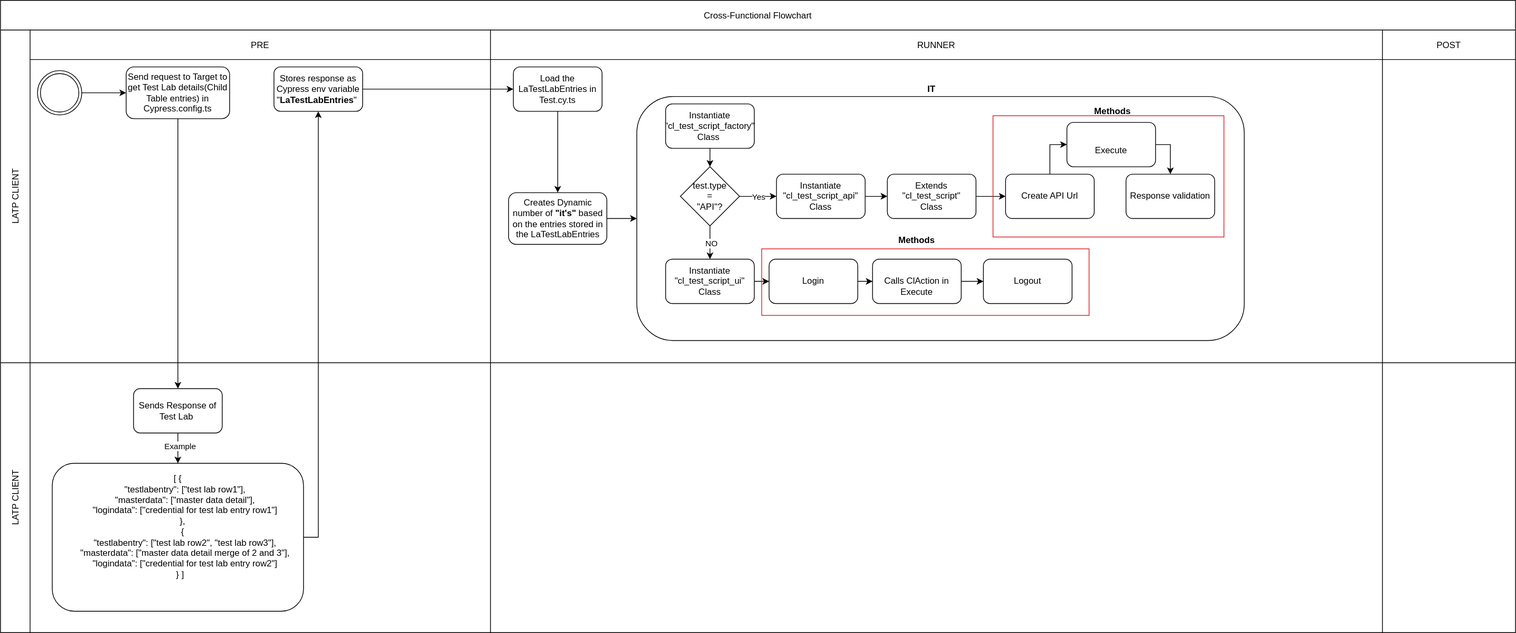
Earlier version of the draw.io export BPMN/Restructure-LATP-Class.svg (lmnaslimited/lens_ai_test_pilot). Source tidied: cells renumbered, new cells last; positions are measured from the earlier drawing's top-left corner, leaving out a move shared by most shapes.
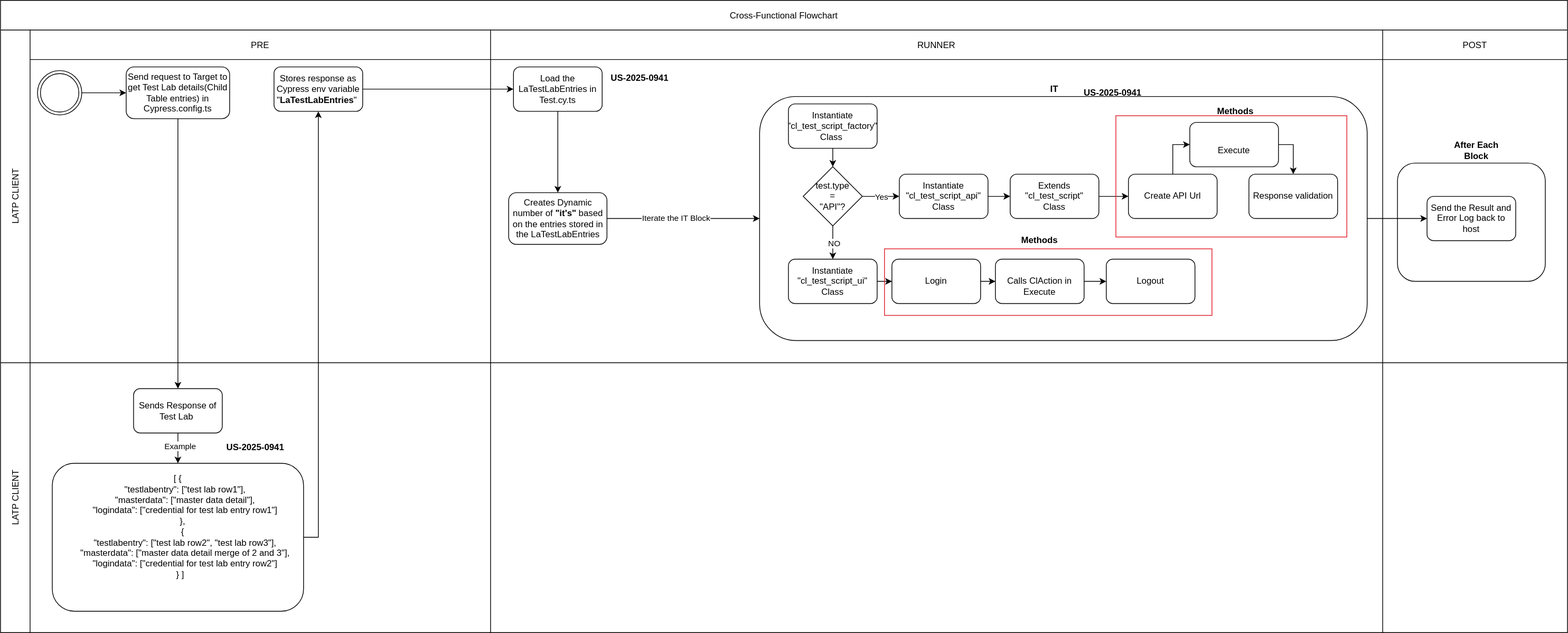
Later version of the same file.

Commit message:
Update the restructuring BPMN

Diff of the diagram source:
```diff
@@ -3,10 +3,10 @@
     <mxCell id="0" />
     <mxCell id="1" parent="0" />
     <mxCell id="2" value="Cross-Functional Flowchart" style="shape=table;startSize=40;" parent="1" vertex="1">
-      <mxGeometry width="2050" height="855" as="geometry" />
+      <mxGeometry width="2120" height="855" as="geometry" />
     </mxCell>
     <mxCell id="3" value="LATP CLIENT" style="shape=tableRow;horizontal=0;swimlaneHead=0;swimlaneBody=0;top=0;left=0;strokeColor=inherit;bottom=0;right=0;fontStyle=0;fillColor=#FFFFFF00;startSize=40;" parent="2" vertex="1">
-      <mxGeometry y="40" width="2050" height="450" as="geometry" />
+      <mxGeometry y="40" width="2120" height="450" as="geometry" />
     </mxCell>
     <mxCell id="4" value="PRE" style="swimlane;swimlaneHead=0;swimlaneBody=0;fontStyle=0;strokeColor=inherit;fillColor=#FFFFFF00;startSize=40;" parent="3" vertex="1">
       <mxGeometry x="40" width="623" height="450" as="geometry" />
@@ -35,32 +35,35 @@
     <mxCell id="12" style="edgeStyle=orthogonalEdgeStyle;rounded=0;jettySize=auto;html=1;exitX=1;exitY=0.5;exitDx=0;exitDy=0;entryX=0;entryY=0.5;entryDx=0;entryDy=0;" parent="9" edge="1" source="13" target="14">
       <mxGeometry relative="1" as="geometry" />
     </mxCell>
+    <mxCell id="55" value="Iterate the IT Block" style="edgeLabel;html=1;align=center;verticalAlign=middle;" parent="12" vertex="1">
+      <mxGeometry x="-0.1" y="1" relative="1" as="geometry" />
+    </mxCell>
     <mxCell id="13" value="Creates Dynamic number of &lt;b&gt;&quot;it's&quot; &lt;/b&gt;based on the entries stored in the&amp;nbsp;LaTestLabEntries" style="rounded=1;whiteSpace=wrap;html=1;" parent="9" vertex="1">
       <mxGeometry x="24.5" y="220" width="133" height="70" as="geometry" />
     </mxCell>
     <mxCell id="14" style="rounded=1;whiteSpace=wrap;html=1;" parent="9" vertex="1">
-      <mxGeometry x="198" y="90" width="822" height="330" as="geometry" />
+      <mxGeometry x="364" y="90" width="822" height="330" as="geometry" />
     </mxCell>
     <mxCell id="15" value="&lt;b&gt;IT&lt;/b&gt;" style="text;html=1;whiteSpace=wrap;strokeColor=none;fillColor=none;align=center;verticalAlign=middle;rounded=0;" parent="9" vertex="1">
-      <mxGeometry x="567" y="65" width="60" height="30" as="geometry" />
+      <mxGeometry x="733" y="65" width="60" height="30" as="geometry" />
     </mxCell>
     <mxCell id="16" style="edgeStyle=orthogonalEdgeStyle;rounded=0;jettySize=auto;html=1;exitX=0.5;exitY=1;exitDx=0;exitDy=0;entryX=0.5;entryY=0;entryDx=0;entryDy=0;" parent="9" edge="1" source="17" target="26">
       <mxGeometry relative="1" as="geometry" />
     </mxCell>
     <mxCell id="17" value="Instantiate &quot;cl_test_script_factory&quot;&lt;br&gt;Class&amp;nbsp;" style="rounded=1;whiteSpace=wrap;html=1;" parent="9" vertex="1">
-      <mxGeometry x="237" y="100" width="120" height="60" as="geometry" />
+      <mxGeometry x="403" y="100" width="120" height="60" as="geometry" />
     </mxCell>
     <mxCell id="18" style="edgeStyle=orthogonalEdgeStyle;rounded=0;jettySize=auto;html=1;exitX=1;exitY=0.5;exitDx=0;exitDy=0;" parent="9" edge="1" source="19" target="32">
       <mxGeometry relative="1" as="geometry" />
     </mxCell>
     <mxCell id="19" value="Instantiate&lt;br&gt;&quot;cl_test_script_ui&quot;&lt;br&gt;Class" style="rounded=1;whiteSpace=wrap;html=1;" parent="9" vertex="1">
-      <mxGeometry x="237" y="310" width="120" height="60" as="geometry" />
+      <mxGeometry x="403" y="310" width="120" height="60" as="geometry" />
     </mxCell>
     <mxCell id="20" style="edgeStyle=orthogonalEdgeStyle;rounded=0;jettySize=auto;html=1;exitX=1;exitY=0.5;exitDx=0;exitDy=0;entryX=0;entryY=0.5;entryDx=0;entryDy=0;" parent="9" edge="1" source="21" target="28">
       <mxGeometry relative="1" as="geometry" />
     </mxCell>
     <mxCell id="21" value="Instantiate &quot;cl_test_script_api&quot;&lt;br&gt;Class" style="rounded=1;whiteSpace=wrap;html=1;" parent="9" vertex="1">
-      <mxGeometry x="387" y="195" width="120" height="60" as="geometry" />
+      <mxGeometry x="553" y="195" width="120" height="60" as="geometry" />
     </mxCell>
     <mxCell id="22" style="edgeStyle=orthogonalEdgeStyle;rounded=0;jettySize=auto;html=1;exitX=1;exitY=0.5;exitDx=0;exitDy=0;entryX=0;entryY=0.5;entryDx=0;entryDy=0;" parent="9" edge="1" source="26" target="21">
       <mxGeometry relative="1" as="geometry" />
@@ -79,64 +82,73 @@
       </mxGeometry>
     </mxCell>
     <mxCell id="26" value="&lt;div&gt;test.type&lt;/div&gt;&lt;div&gt;=&lt;/div&gt;&lt;div&gt;&quot;API&quot;?&lt;/div&gt;" style="rhombus;whiteSpace=wrap;html=1;" parent="9" vertex="1">
-      <mxGeometry x="257" y="185" width="80" height="80" as="geometry" />
+      <mxGeometry x="423" y="185" width="80" height="80" as="geometry" />
     </mxCell>
     <mxCell id="27" style="edgeStyle=orthogonalEdgeStyle;rounded=0;jettySize=auto;html=1;exitX=1;exitY=0.5;exitDx=0;exitDy=0;entryX=0;entryY=0.5;entryDx=0;entryDy=0;" parent="9" edge="1" source="28" target="30">
       <mxGeometry relative="1" as="geometry" />
     </mxCell>
     <mxCell id="28" value="Extends &quot;cl_test_script&quot;&lt;br&gt;Class" style="rounded=1;whiteSpace=wrap;html=1;" parent="9" vertex="1">
-      <mxGeometry x="537" y="195" width="120" height="60" as="geometry" />
+      <mxGeometry x="703" y="195" width="120" height="60" as="geometry" />
     </mxCell>
     <mxCell id="29" style="edgeStyle=orthogonalEdgeStyle;rounded=0;jettySize=auto;html=1;exitX=0.5;exitY=0;exitDx=0;exitDy=0;entryX=0;entryY=0.5;entryDx=0;entryDy=0;" parent="9" edge="1" source="30" target="37">
       <mxGeometry relative="1" as="geometry" />
     </mxCell>
     <mxCell id="30" value="Create API Url" style="rounded=1;whiteSpace=wrap;html=1;" parent="9" vertex="1">
-      <mxGeometry x="697" y="195" width="120" height="60" as="geometry" />
+      <mxGeometry x="863" y="195" width="120" height="60" as="geometry" />
     </mxCell>
     <mxCell id="31" style="edgeStyle=orthogonalEdgeStyle;rounded=0;jettySize=auto;html=1;exitX=1;exitY=0.5;exitDx=0;exitDy=0;" parent="9" edge="1" source="32" target="39">
       <mxGeometry relative="1" as="geometry" />
     </mxCell>
     <mxCell id="32" value="&lt;div&gt;Login&lt;/div&gt;" style="rounded=1;whiteSpace=wrap;html=1;" parent="9" vertex="1">
-      <mxGeometry x="377" y="310" width="120" height="60" as="geometry" />
+      <mxGeometry x="543" y="310" width="120" height="60" as="geometry" />
     </mxCell>
     <mxCell id="33" value="&lt;b&gt;Methods&lt;/b&gt;" style="text;html=1;whiteSpace=wrap;strokeColor=none;fillColor=none;align=center;verticalAlign=middle;rounded=0;" parent="9" vertex="1">
-      <mxGeometry x="547" y="270" width="60" height="30" as="geometry" />
+      <mxGeometry x="713" y="270" width="60" height="30" as="geometry" />
     </mxCell>
     <mxCell id="34" value="&lt;b&gt;Methods&lt;/b&gt;" style="text;html=1;whiteSpace=wrap;strokeColor=none;fillColor=none;align=center;verticalAlign=middle;rounded=0;" parent="9" vertex="1">
-      <mxGeometry x="812" y="95" width="60" height="30" as="geometry" />
+      <mxGeometry x="978" y="95" width="60" height="30" as="geometry" />
     </mxCell>
     <mxCell id="35" value="Response validation" style="rounded=1;whiteSpace=wrap;html=1;" parent="9" vertex="1">
-      <mxGeometry x="860" y="195" width="120" height="60" as="geometry" />
+      <mxGeometry x="1026" y="195" width="120" height="60" as="geometry" />
     </mxCell>
     <mxCell id="36" style="edgeStyle=orthogonalEdgeStyle;rounded=0;jettySize=auto;html=1;exitX=1;exitY=0.5;exitDx=0;exitDy=0;entryX=0.5;entryY=0;entryDx=0;entryDy=0;" parent="9" edge="1" source="37" target="35">
       <mxGeometry relative="1" as="geometry" />
     </mxCell>
     <mxCell id="37" value="&lt;br&gt;Execute" style="rounded=1;whiteSpace=wrap;html=1;" parent="9" vertex="1">
-      <mxGeometry x="780" y="125" width="120" height="60" as="geometry" />
+      <mxGeometry x="946" y="125" width="120" height="60" as="geometry" />
     </mxCell>
     <mxCell id="38" style="edgeStyle=orthogonalEdgeStyle;rounded=0;jettySize=auto;html=1;exitX=1;exitY=0.5;exitDx=0;exitDy=0;entryX=0;entryY=0.5;entryDx=0;entryDy=0;" parent="9" edge="1" source="39" target="40">
       <mxGeometry relative="1" as="geometry" />
     </mxCell>
     <mxCell id="39" value="&lt;div&gt;&lt;br&gt;&lt;/div&gt;&lt;div&gt;Calls ClAction in Execute&lt;/div&gt;" style="rounded=1;whiteSpace=wrap;html=1;" parent="9" vertex="1">
-      <mxGeometry x="517" y="310" width="120" height="60" as="geometry" />
+      <mxGeometry x="683" y="310" width="120" height="60" as="geometry" />
     </mxCell>
     <mxCell id="40" value="&lt;div&gt;Logout&lt;/div&gt;" style="rounded=1;whiteSpace=wrap;html=1;" parent="9" vertex="1">
-      <mxGeometry x="667" y="310" width="120" height="60" as="geometry" />
+      <mxGeometry x="833" y="310" width="120" height="60" as="geometry" />
     </mxCell>
     <mxCell id="41" style="rounded=0;whiteSpace=wrap;html=1;fillColor=#FFFFFF00;strokeColor=light-dark(#e01b24, #ededed);" parent="9" vertex="1">
-      <mxGeometry x="680" y="116" width="312.5" height="164" as="geometry" />
+      <mxGeometry x="846" y="116" width="312.5" height="164" as="geometry" />
     </mxCell>
     <mxCell id="42" style="rounded=0;whiteSpace=wrap;html=1;fillColor=#FFFFFF00;strokeColor=light-dark(#e01b24, #ededed);" parent="9" vertex="1">
-      <mxGeometry x="367" y="296" width="443" height="90" as="geometry" />
+      <mxGeometry x="533" y="296" width="443" height="90" as="geometry" />
     </mxCell>
     <mxCell id="43" value="POST" style="swimlane;swimlaneHead=0;swimlaneBody=0;fontStyle=0;strokeColor=inherit;fillColor=#FFFFFF00;startSize=40;" parent="3" vertex="1">
-      <mxGeometry x="1870" width="180" height="450" as="geometry" />
+      <mxGeometry x="1870" width="250" height="450" as="geometry" />
     </mxCell>
+    <mxCell id="56" style="rounded=1;whiteSpace=wrap;html=1;" parent="43" vertex="1">
+      <mxGeometry x="20" y="180" width="200" height="160" as="geometry" />
+    </mxCell>
+    <mxCell id="57" value="Send the Result and Error Log back to host" style="rounded=1;whiteSpace=wrap;html=1;" parent="43" vertex="1">
+      <mxGeometry x="60" y="225" width="120" height="60" as="geometry" />
+    </mxCell>
     <mxCell id="44" style="edgeStyle=orthogonalEdgeStyle;rounded=0;jettySize=auto;html=1;exitX=1;exitY=0.5;exitDx=0;exitDy=0;entryX=0;entryY=0.5;entryDx=0;entryDy=0;" parent="3" edge="1" source="8" target="11">
       <mxGeometry relative="1" as="geometry" />
     </mxCell>
+    <mxCell id="58" style="edgeStyle=orthogonalEdgeStyle;rounded=0;jettySize=auto;html=1;entryX=0;entryY=0.5;entryDx=0;entryDy=0;" parent="3" edge="1" source="14" target="57">
+      <mxGeometry relative="1" as="geometry" />
+    </mxCell>
     <mxCell id="45" value="LATP CLIENT" style="shape=tableRow;horizontal=0;swimlaneHead=0;swimlaneBody=0;top=0;left=0;strokeColor=inherit;bottom=0;right=0;fontStyle=0;fillColor=#FFFFFF00;startSize=40;" parent="2" vertex="1">
-      <mxGeometry y="490" width="2050" height="365" as="geometry" />
+      <mxGeometry y="490" width="2120" height="365" as="geometry" />
     </mxCell>
     <mxCell id="46" style="swimlane;swimlaneHead=0;swimlaneBody=0;fontStyle=0;strokeColor=inherit;fillColor=#FFFFFF00;startSize=0;" parent="45" vertex="1">
       <mxGeometry x="40" width="623" height="365" as="geometry" />
@@ -157,7 +169,7 @@
       <mxGeometry x="663" width="1207" height="365" as="geometry" />
     </mxCell>
     <mxCell id="52" style="swimlane;swimlaneHead=0;swimlaneBody=0;fontStyle=0;strokeColor=inherit;fillColor=#FFFFFF00;startSize=0;" parent="45" vertex="1">
-      <mxGeometry x="1870" width="180" height="365" as="geometry" />
+      <mxGeometry x="1870" width="250" height="365" as="geometry" />
     </mxCell>
     <mxCell id="53" style="edgeStyle=orthogonalEdgeStyle;rounded=0;jettySize=auto;html=1;exitX=0.5;exitY=1;exitDx=0;exitDy=0;entryX=0.5;entryY=0;entryDx=0;entryDy=0;" parent="2" edge="1" source="7" target="49">
       <mxGeometry relative="1" as="geometry" />
@@ -165,5 +177,17 @@
     <mxCell id="54" style="edgeStyle=orthogonalEdgeStyle;rounded=0;jettySize=auto;html=1;exitX=1;exitY=0.5;exitDx=0;exitDy=0;entryX=0.5;entryY=1;entryDx=0;entryDy=0;" parent="2" edge="1" source="50" target="8">
       <mxGeometry relative="1" as="geometry" />
     </mxCell>
+    <mxCell id="59" value="&lt;b&gt;&lt;a href=&quot;https://nectar.lmnas.com/app/task/US-2025-0941&quot;&gt;US-2025-0941&lt;/a&gt;&lt;/b&gt;" style="text;html=1;whiteSpace=wrap;strokeColor=none;fillColor=none;align=center;verticalAlign=middle;rounded=0;" parent="1" vertex="1">
+      <mxGeometry x="300" y="590" width="90" height="30" as="geometry" />
+    </mxCell>
+    <mxCell id="60" value="&lt;b&gt;&lt;a href=&quot;https://nectar.lmnas.com/app/task/US-2025-0941&quot;&gt;US-2025-0941&lt;/a&gt;&lt;/b&gt;" style="text;html=1;whiteSpace=wrap;strokeColor=none;fillColor=none;align=center;verticalAlign=middle;rounded=0;" parent="1" vertex="1">
+      <mxGeometry x="820" y="90" width="90" height="30" as="geometry" />
+    </mxCell>
+    <mxCell id="61" value="&lt;b&gt;&lt;a href=&quot;https://nectar.lmnas.com/app/task/US-2025-0941&quot;&gt;US-2025-0941&lt;/a&gt;&lt;/b&gt;" style="text;html=1;whiteSpace=wrap;strokeColor=none;fillColor=none;align=center;verticalAlign=middle;rounded=0;" parent="1" vertex="1">
+      <mxGeometry x="1460" y="110" width="90" height="30" as="geometry" />
+    </mxCell>
+    <mxCell id="62" value="&lt;b&gt;After Each Block&lt;/b&gt;" style="text;html=1;whiteSpace=wrap;strokeColor=none;fillColor=none;align=center;verticalAlign=middle;rounded=0;" parent="1" vertex="1">
+      <mxGeometry x="1952" y="188" width="90" height="30" as="geometry" />
+    </mxCell>
   </root>
 </mxGraphModel>
```
